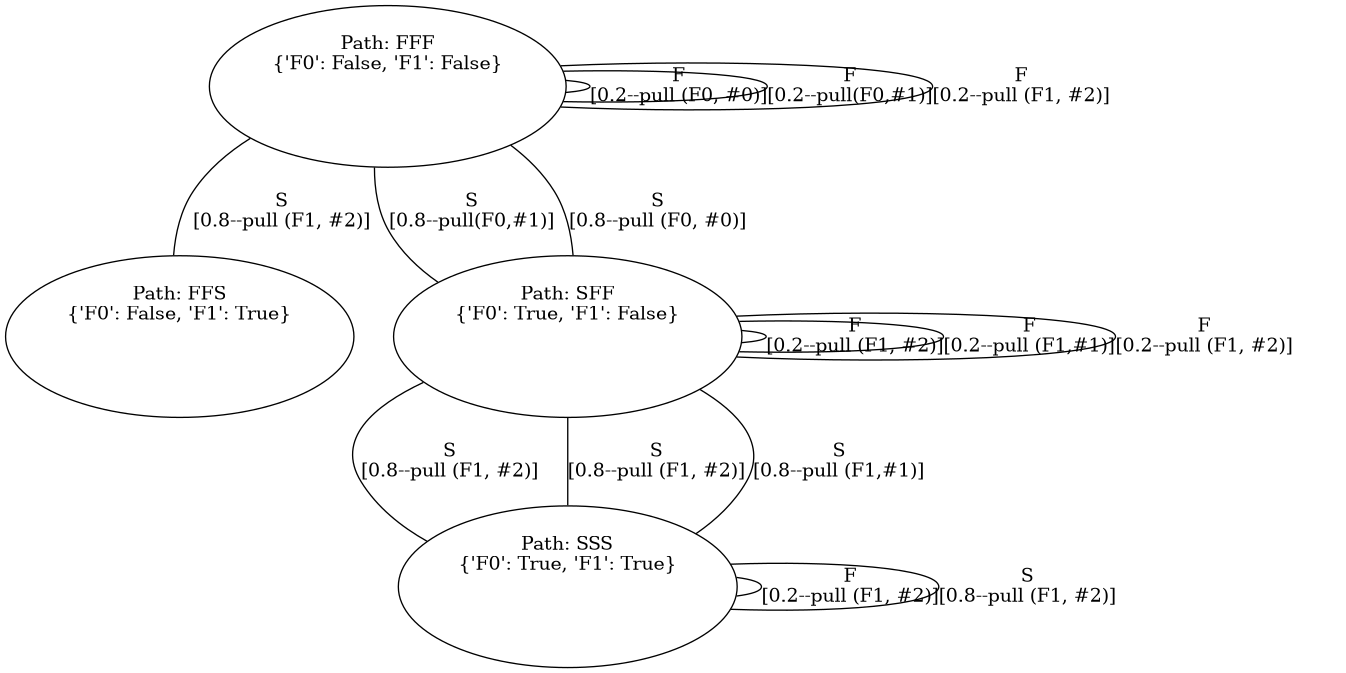
Earlier version of the Graphviz export G.gv.png (YasinBoloorchi/WARP-Simulator). Its source is kept beside it as G.gv.
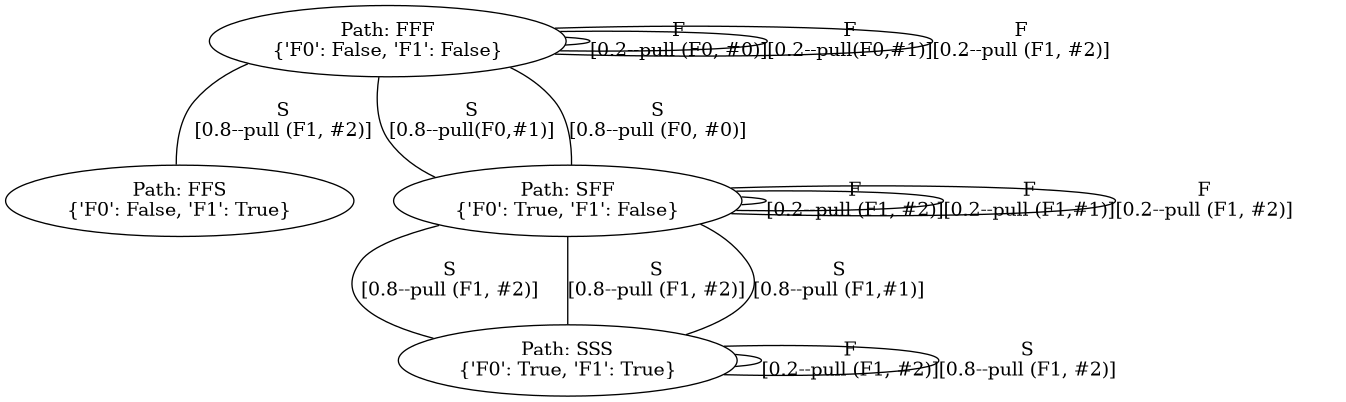
Above is the later version.

Change to the diagram source:
```diff
@@ -1,114 +1,58 @@
 graph G {
 	FF [label="Path: F
-{'F0': False, 'F1': False}
-
-
-
-"]
+{'F0': False, 'F1': False}"]
 	FF -- FF [label="F
 [0.2--pull (F0, #0)]"]
 	FF [label="Path: FF
-{'F0': False, 'F1': False}
-
-
-
-"]
+{'F0': False, 'F1': False}"]
 	FF -- FF [label="F
 [0.2--pull(F0,#1)]"]
 	FF [label="Path: FFF
-{'F0': False, 'F1': False}
-
-
-
-"]
+{'F0': False, 'F1': False}"]
 	FF -- FF [label="F
 [0.2--pull (F1, #2)]"]
 	FT [label="Path: FFS
-{'F0': False, 'F1': True}
-
-
-
-"]
+{'F0': False, 'F1': True}"]
 	FF -- FT [label="S
 [0.8--pull (F1, #2)]"]
 	TF [label="Path: FS
-{'F0': True, 'F1': False}
-
-
-
-"]
+{'F0': True, 'F1': False}"]
 	FF -- TF [label="S
 [0.8--pull(F0,#1)]"]
 	TF [label="Path: FSF
-{'F0': True, 'F1': False}
-
-
-
-"]
+{'F0': True, 'F1': False}"]
 	TF -- TF [label="F
 [0.2--pull (F1, #2)]"]
 	TT [label="Path: FSS
-{'F0': True, 'F1': True}
-
-
-
-"]
+{'F0': True, 'F1': True}"]
 	TF -- TT [label="S
 [0.8--pull (F1, #2)]"]
 	TF [label="Path: S
-{'F0': True, 'F1': False}
-
-
-
-"]
+{'F0': True, 'F1': False}"]
 	FF -- TF [label="S
 [0.8--pull (F0, #0)]"]
 	TF [label="Path: SF
-{'F0': True, 'F1': False}
-
-
-
-"]
+{'F0': True, 'F1': False}"]
 	TF -- TF [label="F
 [0.2--pull (F1,#1)]"]
 	TF [label="Path: SFF
-{'F0': True, 'F1': False}
-
-
-
-"]
+{'F0': True, 'F1': False}"]
 	TF -- TF [label="F
 [0.2--pull (F1, #2)]"]
 	TT [label="Path: SFS
-{'F0': True, 'F1': True}
-
-
-
-"]
+{'F0': True, 'F1': True}"]
 	TF -- TT [label="S
 [0.8--pull (F1, #2)]"]
 	TT [label="Path: SS
-{'F0': True, 'F1': True}
-
-
-
-"]
+{'F0': True, 'F1': True}"]
 	TF -- TT [label="S
 [0.8--pull (F1,#1)]"]
 	TT [label="Path: SSF
-{'F0': True, 'F1': True}
-
-
-
-"]
+{'F0': True, 'F1': True}"]
 	TT -- TT [label="F
 [0.2--pull (F1, #2)]"]
 	TT [label="Path: SSS
-{'F0': True, 'F1': True}
-
-
-
-"]
+{'F0': True, 'F1': True}"]
 	TT -- TT [label="S
 [0.8--pull (F1, #2)]"]
 }
```
